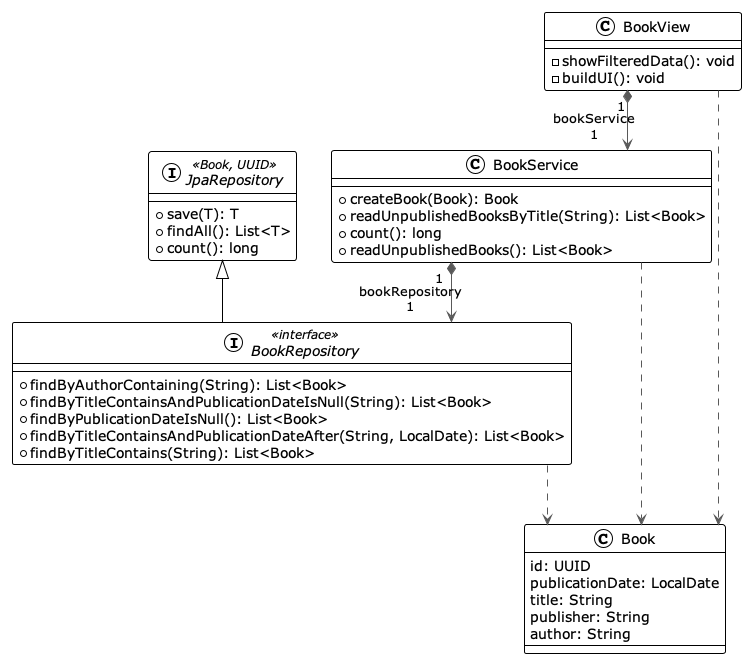
Before: models/Book Module Class Diagram.png, a diagram exported from PlantUML (ruizrube/iw-fullstack).
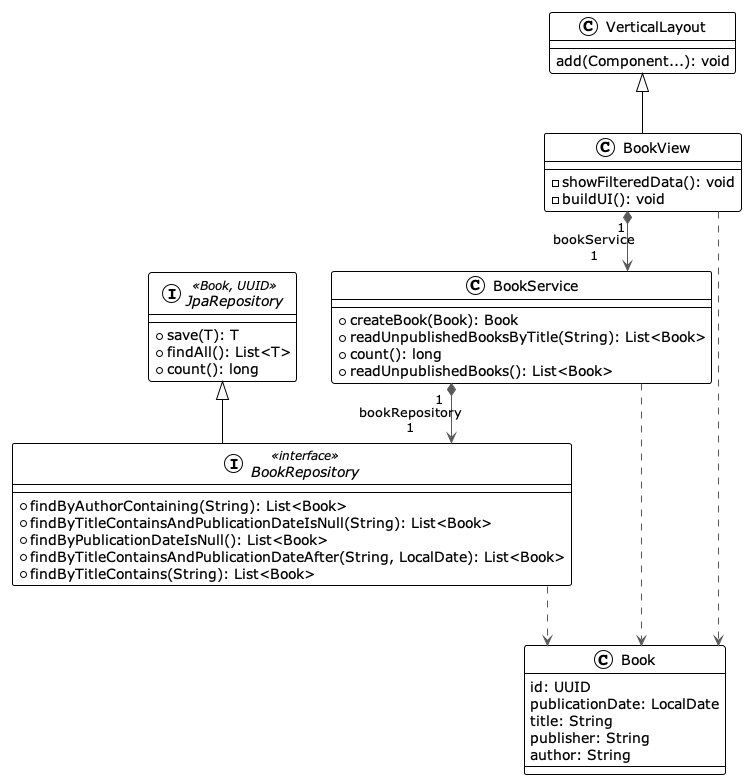
The same diagram one commit later.

Commit message:
Se añade la clase de Vaadin VerticalLayout en los modelos de clases UML

Diff of the diagram source:
```diff
@@ -31,7 +31,12 @@
   + count(): long
   + readUnpublishedBooks(): List<Book>
 }
-class BookView {
+
+class VerticalLayout{
+    add(Component...): void
+}
+
+class BookView extends VerticalLayout{
   - showFilteredData(): void
   - buildUI(): void
 }
```
